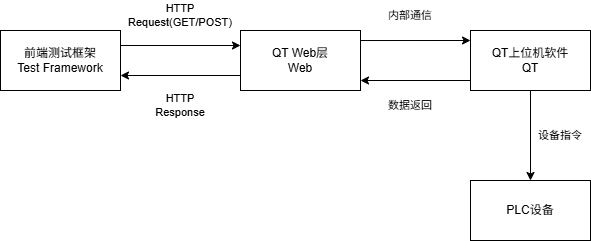
This is 前后端流程.drawio.png from Taylor-Hu/python_code, a draw.io export, as it was before one commit. Source tidied: cells renumbered, new cells last; positions are measured from the earlier drawing's top-left corner, leaving out a move shared by most shapes.
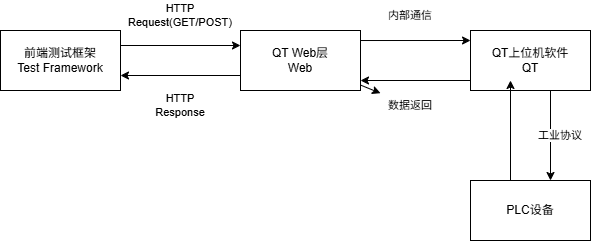
After the change.

Commit message:
更新前后端流程.drawio.png

The edit, as a diff of the source:
```diff
@@ -11,11 +11,17 @@
     <mxCell id="4" style="edgeStyle=orthogonalEdgeStyle;rounded=0;jettySize=auto;html=1;exitX=0;exitY=0.75;exitDx=0;exitDy=0;entryX=1;entryY=0.75;entryDx=0;entryDy=0;" parent="1" edge="1" source="5" target="3">
       <mxGeometry relative="1" as="geometry" />
     </mxCell>
+    <mxCell id="16" style="edgeStyle=none;shape=connector;rounded=0;jettySize=auto;html=1;strokeColor=default;align=center;verticalAlign=middle;fontFamily=Helvetica;fontSize=11;fontColor=default;labelBackgroundColor=default;endArrow=classic;" parent="1" edge="1" source="5" target="14">
+      <mxGeometry relative="1" as="geometry" />
+    </mxCell>
     <mxCell id="5" value="QT Web层&lt;div&gt;Web&lt;/div&gt;" style="rounded=0;whiteSpace=wrap;html=1;" parent="1" vertex="1">
       <mxGeometry x="240" y="30" width="120" height="60" as="geometry" />
     </mxCell>
-    <mxCell id="6" style="edgeStyle=none;shape=connector;rounded=0;jettySize=auto;html=1;exitX=0.5;exitY=1;exitDx=0;exitDy=0;entryX=0.5;entryY=0;entryDx=0;entryDy=0;strokeColor=default;align=center;verticalAlign=middle;fontFamily=Helvetica;fontSize=11;fontColor=default;labelBackgroundColor=default;endArrow=classic;" parent="1" edge="1" source="7" target="8">
-      <mxGeometry relative="1" as="geometry" />
+    <mxCell id="6" style="edgeStyle=none;shape=connector;rounded=0;orthogonalLoop=1;jettySize=auto;html=1;exitX=0.5;exitY=1;exitDx=0;exitDy=0;entryX=0.5;entryY=0;entryDx=0;entryDy=0;strokeColor=default;align=center;verticalAlign=middle;fontFamily=Helvetica;fontSize=11;fontColor=default;labelBackgroundColor=default;endArrow=classic;" parent="1" edge="1">
+      <mxGeometry relative="1" as="geometry">
+        <mxPoint x="550" y="90" as="sourcePoint" />
+        <mxPoint x="550" y="180" as="targetPoint" />
+      </mxGeometry>
     </mxCell>
     <mxCell id="7" value="QT上位机软件&lt;div&gt;QT&lt;/div&gt;" style="rounded=0;whiteSpace=wrap;html=1;" parent="1" vertex="1">
       <mxGeometry x="470" y="30" width="120" height="60" as="geometry" />
@@ -46,8 +52,14 @@
     <mxCell id="14" value="数据返回" style="text;html=1;whiteSpace=wrap;strokeColor=none;fillColor=none;align=center;verticalAlign=middle;rounded=0;fontFamily=Helvetica;fontSize=11;fontColor=default;labelBackgroundColor=default;" parent="1" vertex="1">
       <mxGeometry x="380" y="90" width="60" height="30" as="geometry" />
     </mxCell>
-    <mxCell id="15" value="设备指令" style="text;html=1;whiteSpace=wrap;strokeColor=none;fillColor=none;align=center;verticalAlign=middle;rounded=0;fontFamily=Helvetica;fontSize=11;fontColor=default;labelBackgroundColor=default;" parent="1" vertex="1">
+    <mxCell id="15" value="工业协议" style="text;html=1;whiteSpace=wrap;strokeColor=none;fillColor=none;align=center;verticalAlign=middle;rounded=0;fontFamily=Helvetica;fontSize=11;fontColor=default;labelBackgroundColor=default;" parent="1" vertex="1">
       <mxGeometry x="530" y="120" width="60" height="30" as="geometry" />
     </mxCell>
+    <mxCell id="17" style="endArrow=classic;html=1;rounded=0;strokeColor=default;align=center;verticalAlign=middle;fontFamily=Helvetica;fontSize=11;fontColor=default;labelBackgroundColor=default;" parent="1" edge="1">
+      <mxGeometry relative="1" as="geometry">
+        <mxPoint x="510" y="180" as="sourcePoint" />
+        <mxPoint x="510" y="80" as="targetPoint" />
+      </mxGeometry>
+    </mxCell>
   </root>
 </mxGraphModel>
```
